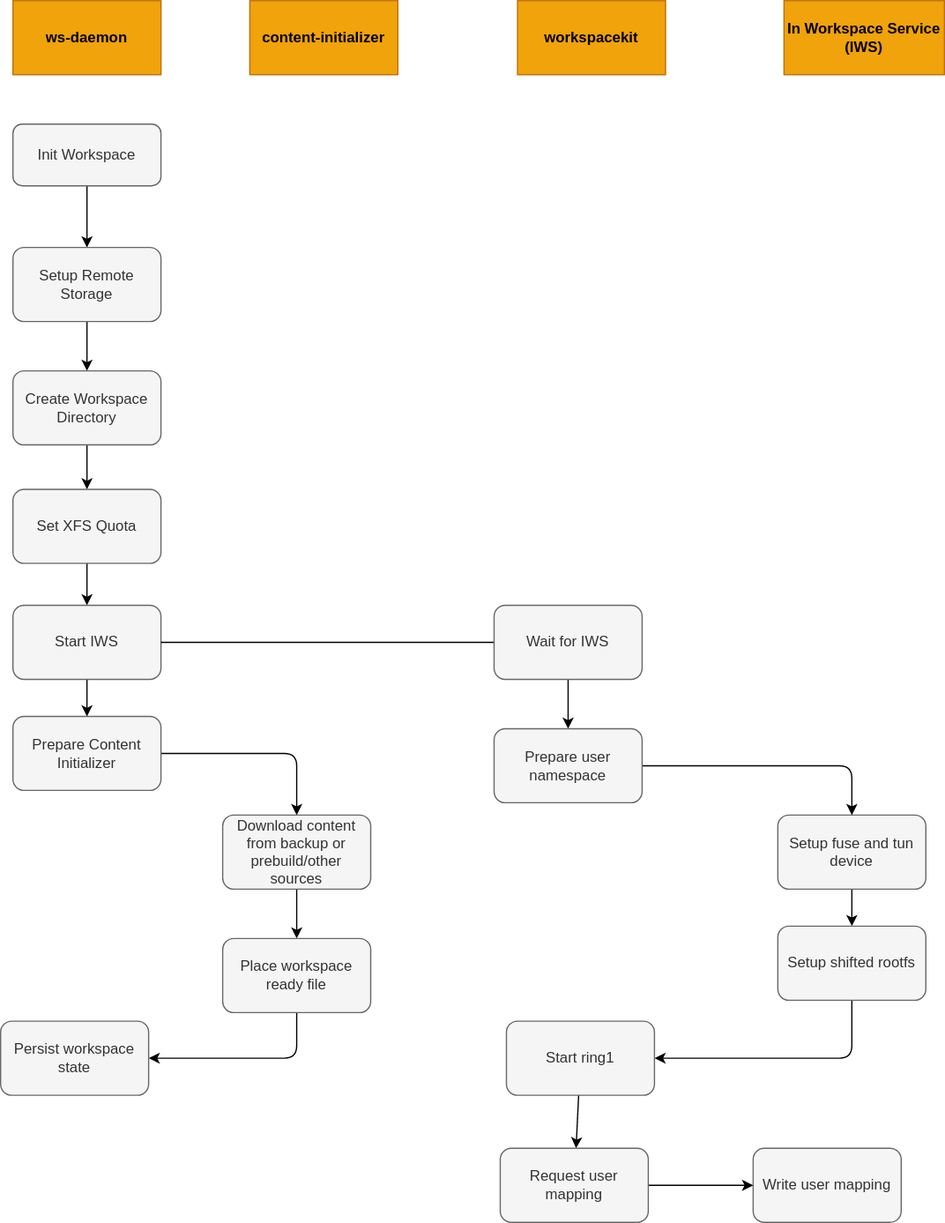
This is docs/workspace/architecture.drawio.svg from gitpod-io/gitpod, a draw.io export, as it was before one commit. Source tidied: cells renumbered, new cells last; positions are measured from the earlier drawing's top-left corner, leaving out a move shared by most shapes. Its diagram source:
```xml
<mxGraphModel>
  <root>
    <mxCell id="0" />
    <mxCell id="1" parent="0" />
    <mxCell id="2" value="ws-daemon" style="rounded=0;whiteSpace=wrap;html=1;fillColor=#f0a30a;fontColor=#000000;strokeColor=#BD7000;fontStyle=1;" parent="1" vertex="1">
      <mxGeometry x="10" width="120" height="60" as="geometry" />
    </mxCell>
    <mxCell id="3" value="workspacekit" style="rounded=0;whiteSpace=wrap;html=1;fillColor=#f0a30a;fontColor=#000000;strokeColor=#BD7000;fontStyle=1;" parent="1" vertex="1">
      <mxGeometry x="419" width="120" height="60" as="geometry" />
    </mxCell>
    <mxCell id="4" value="content-initializer" style="rounded=0;whiteSpace=wrap;html=1;fillColor=#f0a30a;fontColor=#000000;strokeColor=#BD7000;fontStyle=1;" parent="1" vertex="1">
      <mxGeometry x="202" width="120" height="60" as="geometry" />
    </mxCell>
    <mxCell id="5" value="In Workspace Service&lt;br&gt;(IWS)" style="rounded=0;whiteSpace=wrap;html=1;fillColor=#f0a30a;fontColor=#000000;strokeColor=#BD7000;fontStyle=1;" parent="1" vertex="1">
      <mxGeometry x="635" width="130" height="60" as="geometry" />
    </mxCell>
    <mxCell id="6" style="edgeStyle=none;html=1;endArrow=classic;endFill=1;" parent="1" edge="1" source="7" target="9">
      <mxGeometry relative="1" as="geometry" />
    </mxCell>
    <mxCell id="7" value="Init Workspace" style="rounded=1;whiteSpace=wrap;html=1;labelBackgroundColor=none;fillColor=#f5f5f5;fontColor=#333333;strokeColor=#666666;" parent="1" vertex="1">
      <mxGeometry x="10" y="100" width="120" height="50" as="geometry" />
    </mxCell>
    <mxCell id="8" style="edgeStyle=none;html=1;entryX=0.5;entryY=0;entryDx=0;entryDy=0;endArrow=classic;endFill=1;" parent="1" edge="1" source="9" target="11">
      <mxGeometry relative="1" as="geometry" />
    </mxCell>
    <mxCell id="9" value="Setup Remote Storage" style="rounded=1;whiteSpace=wrap;html=1;labelBackgroundColor=none;fillColor=#f5f5f5;fontColor=#333333;strokeColor=#666666;" parent="1" vertex="1">
      <mxGeometry x="10" y="200" width="120" height="60" as="geometry" />
    </mxCell>
    <mxCell id="10" style="edgeStyle=none;html=1;entryX=0.5;entryY=0;entryDx=0;entryDy=0;endArrow=classic;endFill=1;" parent="1" edge="1" source="11" target="13">
      <mxGeometry relative="1" as="geometry" />
    </mxCell>
    <mxCell id="11" value="Create Workspace Directory" style="rounded=1;whiteSpace=wrap;html=1;labelBackgroundColor=none;fillColor=#f5f5f5;fontColor=#333333;strokeColor=#666666;" parent="1" vertex="1">
      <mxGeometry x="10" y="300" width="120" height="60" as="geometry" />
    </mxCell>
    <mxCell id="12" style="edgeStyle=none;html=1;endArrow=classic;endFill=1;" parent="1" edge="1" source="13" target="17">
      <mxGeometry relative="1" as="geometry" />
    </mxCell>
    <mxCell id="13" value="Set XFS Quota" style="rounded=1;whiteSpace=wrap;html=1;labelBackgroundColor=none;fillColor=#f5f5f5;fontColor=#333333;strokeColor=#666666;" parent="1" vertex="1">
      <mxGeometry x="10" y="396" width="120" height="60" as="geometry" />
    </mxCell>
    <mxCell id="14" style="edgeStyle=none;html=1;entryX=0.5;entryY=0;entryDx=0;entryDy=0;endArrow=classic;endFill=1;jumpStyle=none;rounded=1;" parent="1" edge="1" source="15" target="19">
      <mxGeometry relative="1" as="geometry">
        <Array as="points">
          <mxPoint x="240" y="610" />
        </Array>
      </mxGeometry>
    </mxCell>
    <mxCell id="15" value="Prepare Content Initializer" style="rounded=1;whiteSpace=wrap;html=1;labelBackgroundColor=none;fillColor=#f5f5f5;fontColor=#333333;strokeColor=#666666;" parent="1" vertex="1">
      <mxGeometry x="10" y="580" width="120" height="60" as="geometry" />
    </mxCell>
    <mxCell id="16" style="edgeStyle=none;html=1;endArrow=classic;endFill=1;" parent="1" edge="1" source="17" target="15">
      <mxGeometry relative="1" as="geometry" />
    </mxCell>
    <mxCell id="17" value="Start IWS" style="rounded=1;whiteSpace=wrap;html=1;labelBackgroundColor=none;fillColor=#f5f5f5;fontColor=#333333;strokeColor=#666666;" parent="1" vertex="1">
      <mxGeometry x="10" y="490" width="120" height="60" as="geometry" />
    </mxCell>
    <mxCell id="18" style="edgeStyle=none;rounded=1;jumpStyle=none;html=1;endArrow=classic;endFill=1;" parent="1" edge="1" source="19" target="21">
      <mxGeometry relative="1" as="geometry" />
    </mxCell>
    <mxCell id="19" value="Download content from backup or prebuild/other sources" style="rounded=1;whiteSpace=wrap;html=1;labelBackgroundColor=none;fillColor=#f5f5f5;fontColor=#333333;strokeColor=#666666;" parent="1" vertex="1">
      <mxGeometry x="180" y="660" width="120" height="60" as="geometry" />
    </mxCell>
    <mxCell id="20" style="edgeStyle=none;rounded=1;jumpStyle=none;html=1;entryX=1;entryY=0.5;entryDx=0;entryDy=0;endArrow=classic;endFill=1;" parent="1" edge="1" source="21" target="22">
      <mxGeometry relative="1" as="geometry">
        <Array as="points">
          <mxPoint x="240" y="857" />
        </Array>
      </mxGeometry>
    </mxCell>
    <mxCell id="21" value="Place workspace ready file" style="rounded=1;whiteSpace=wrap;html=1;labelBackgroundColor=none;fillColor=#f5f5f5;fontColor=#333333;strokeColor=#666666;" parent="1" vertex="1">
      <mxGeometry x="180" y="760" width="120" height="60" as="geometry" />
    </mxCell>
    <mxCell id="22" value="Persist workspace state" style="rounded=1;whiteSpace=wrap;html=1;labelBackgroundColor=none;fillColor=#f5f5f5;fontColor=#333333;strokeColor=#666666;" parent="1" vertex="1">
      <mxGeometry y="827" width="120" height="60" as="geometry" />
    </mxCell>
    <mxCell id="23" style="edgeStyle=none;html=1;entryX=1;entryY=0.5;entryDx=0;entryDy=0;endArrow=none;endFill=0;" parent="1" edge="1" source="25" target="17">
      <mxGeometry relative="1" as="geometry" />
    </mxCell>
    <mxCell id="24" style="edgeStyle=none;rounded=1;jumpStyle=none;html=1;endArrow=classic;endFill=1;" parent="1" edge="1" source="25" target="29">
      <mxGeometry relative="1" as="geometry" />
    </mxCell>
    <mxCell id="25" value="Wait for IWS" style="rounded=1;whiteSpace=wrap;html=1;labelBackgroundColor=none;fillColor=#f5f5f5;strokeColor=#666666;fontColor=#333333;" parent="1" vertex="1">
      <mxGeometry x="400" y="490" width="120" height="60" as="geometry" />
    </mxCell>
    <mxCell id="26" style="edgeStyle=none;rounded=1;jumpStyle=none;html=1;endArrow=classic;endFill=1;" parent="1" edge="1" source="27" target="31">
      <mxGeometry relative="1" as="geometry" />
    </mxCell>
    <mxCell id="27" value="Setup fuse and tun device" style="rounded=1;whiteSpace=wrap;html=1;labelBackgroundColor=none;fillColor=#f5f5f5;fontColor=#333333;strokeColor=#666666;" parent="1" vertex="1">
      <mxGeometry x="630" y="660" width="120" height="60" as="geometry" />
    </mxCell>
    <mxCell id="28" style="edgeStyle=none;rounded=1;jumpStyle=none;html=1;entryX=0.5;entryY=0;entryDx=0;entryDy=0;endArrow=classic;endFill=1;" parent="1" edge="1" source="29" target="27">
      <mxGeometry relative="1" as="geometry">
        <Array as="points">
          <mxPoint x="690" y="620" />
        </Array>
      </mxGeometry>
    </mxCell>
    <mxCell id="29" value="Prepare user namespace" style="rounded=1;whiteSpace=wrap;html=1;labelBackgroundColor=none;fillColor=#f5f5f5;fontColor=#333333;strokeColor=#666666;" parent="1" vertex="1">
      <mxGeometry x="400" y="590" width="120" height="60" as="geometry" />
    </mxCell>
    <mxCell id="30" style="edgeStyle=none;rounded=1;jumpStyle=none;html=1;entryX=1;entryY=0.5;entryDx=0;entryDy=0;endArrow=classic;endFill=1;" parent="1" edge="1" source="31" target="33">
      <mxGeometry relative="1" as="geometry">
        <Array as="points">
          <mxPoint x="690" y="857" />
        </Array>
      </mxGeometry>
    </mxCell>
    <mxCell id="31" value="Setup shifted rootfs" style="rounded=1;whiteSpace=wrap;html=1;labelBackgroundColor=none;fillColor=#f5f5f5;fontColor=#333333;strokeColor=#666666;" parent="1" vertex="1">
      <mxGeometry x="630" y="750" width="120" height="60" as="geometry" />
    </mxCell>
    <mxCell id="32" style="edgeStyle=none;rounded=1;jumpStyle=none;html=1;endArrow=classic;endFill=1;" parent="1" edge="1" source="33" target="36">
      <mxGeometry relative="1" as="geometry" />
    </mxCell>
    <mxCell id="33" value="Start ring1" style="rounded=1;whiteSpace=wrap;html=1;labelBackgroundColor=none;fillColor=#f5f5f5;fontColor=#333333;strokeColor=#666666;" parent="1" vertex="1">
      <mxGeometry x="410" y="827" width="120" height="60" as="geometry" />
    </mxCell>
    <mxCell id="34" value="Write user mapping" style="rounded=1;whiteSpace=wrap;html=1;labelBackgroundColor=none;fillColor=#f5f5f5;fontColor=#333333;strokeColor=#666666;" parent="1" vertex="1">
      <mxGeometry x="610" y="930" width="120" height="60" as="geometry" />
    </mxCell>
    <mxCell id="35" style="edgeStyle=none;rounded=1;jumpStyle=none;html=1;entryX=0;entryY=0.5;entryDx=0;entryDy=0;endArrow=classic;endFill=1;" parent="1" edge="1" source="36" target="34">
      <mxGeometry relative="1" as="geometry" />
    </mxCell>
    <mxCell id="36" value="Request user mapping" style="rounded=1;whiteSpace=wrap;html=1;labelBackgroundColor=none;fillColor=#f5f5f5;fontColor=#333333;strokeColor=#666666;" parent="1" vertex="1">
      <mxGeometry x="405" y="930" width="120" height="60" as="geometry" />
    </mxCell>
  </root>
</mxGraphModel>
```
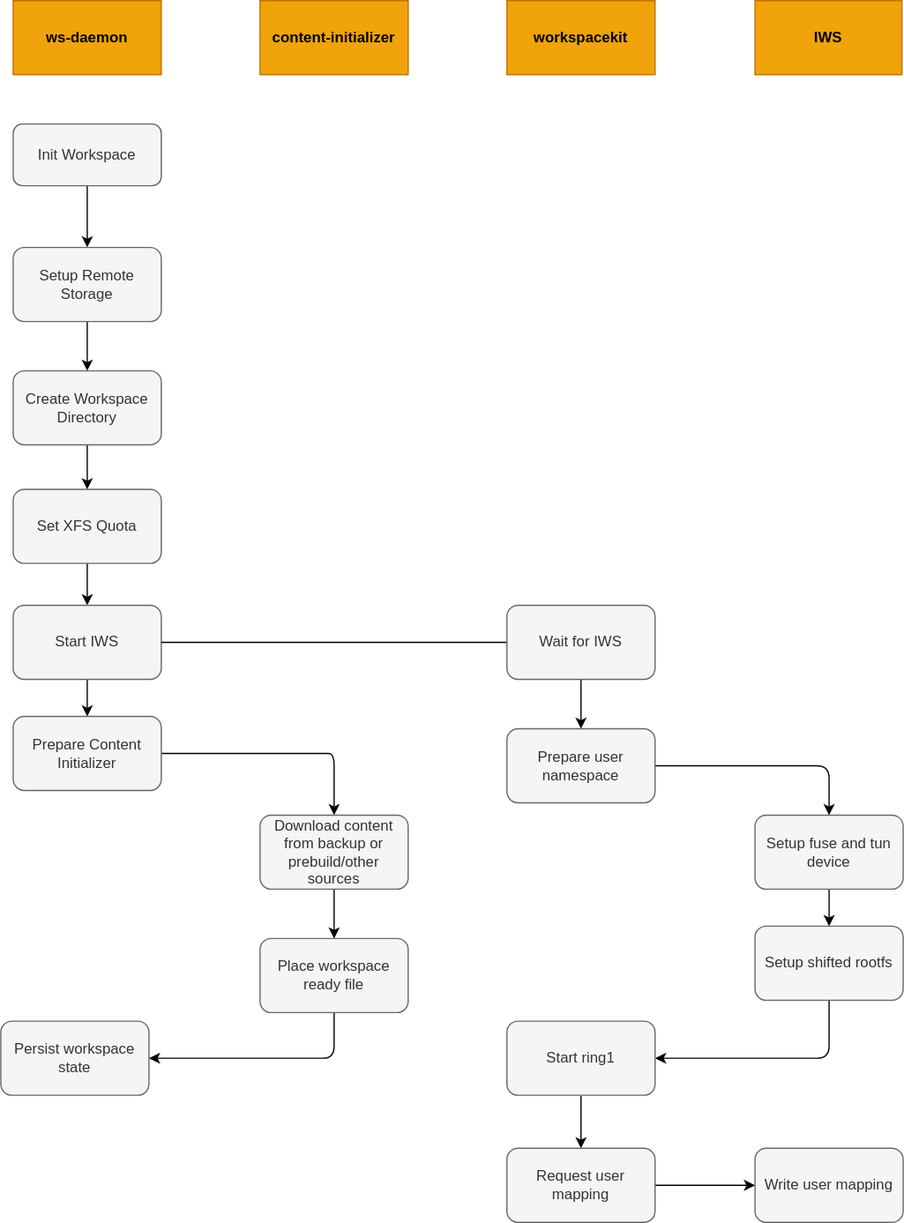
Above is the later version.

Commit message:
docs: Adjust the design.

The edit, as a diff of the source:
```diff
@@ -3,75 +3,77 @@
     <mxCell id="0" />
     <mxCell id="1" parent="0" />
     <mxCell id="2" value="ws-daemon" style="rounded=0;whiteSpace=wrap;html=1;fillColor=#f0a30a;fontColor=#000000;strokeColor=#BD7000;fontStyle=1;" parent="1" vertex="1">
-      <mxGeometry x="10" width="120" height="60" as="geometry" />
+      <mxGeometry x="20" width="120" height="60" as="geometry" />
     </mxCell>
     <mxCell id="3" value="workspacekit" style="rounded=0;whiteSpace=wrap;html=1;fillColor=#f0a30a;fontColor=#000000;strokeColor=#BD7000;fontStyle=1;" parent="1" vertex="1">
-      <mxGeometry x="419" width="120" height="60" as="geometry" />
+      <mxGeometry x="420" width="120" height="60" as="geometry" />
     </mxCell>
     <mxCell id="4" value="content-initializer" style="rounded=0;whiteSpace=wrap;html=1;fillColor=#f0a30a;fontColor=#000000;strokeColor=#BD7000;fontStyle=1;" parent="1" vertex="1">
-      <mxGeometry x="202" width="120" height="60" as="geometry" />
+      <mxGeometry x="220" width="120" height="60" as="geometry" />
     </mxCell>
-    <mxCell id="5" value="In Workspace Service&lt;br&gt;(IWS)" style="rounded=0;whiteSpace=wrap;html=1;fillColor=#f0a30a;fontColor=#000000;strokeColor=#BD7000;fontStyle=1;" parent="1" vertex="1">
-      <mxGeometry x="635" width="130" height="60" as="geometry" />
+    <mxCell id="5" value="IWS" style="rounded=0;whiteSpace=wrap;html=1;fillColor=#f0a30a;fontColor=#000000;strokeColor=#BD7000;fontStyle=1;" parent="1" vertex="1">
+      <mxGeometry x="621" width="119" height="60" as="geometry" />
     </mxCell>
     <mxCell id="6" style="edgeStyle=none;html=1;endArrow=classic;endFill=1;" parent="1" edge="1" source="7" target="9">
       <mxGeometry relative="1" as="geometry" />
     </mxCell>
     <mxCell id="7" value="Init Workspace" style="rounded=1;whiteSpace=wrap;html=1;labelBackgroundColor=none;fillColor=#f5f5f5;fontColor=#333333;strokeColor=#666666;" parent="1" vertex="1">
-      <mxGeometry x="10" y="100" width="120" height="50" as="geometry" />
+      <mxGeometry x="20" y="100" width="120" height="50" as="geometry" />
     </mxCell>
     <mxCell id="8" style="edgeStyle=none;html=1;entryX=0.5;entryY=0;entryDx=0;entryDy=0;endArrow=classic;endFill=1;" parent="1" edge="1" source="9" target="11">
       <mxGeometry relative="1" as="geometry" />
     </mxCell>
     <mxCell id="9" value="Setup Remote Storage" style="rounded=1;whiteSpace=wrap;html=1;labelBackgroundColor=none;fillColor=#f5f5f5;fontColor=#333333;strokeColor=#666666;" parent="1" vertex="1">
-      <mxGeometry x="10" y="200" width="120" height="60" as="geometry" />
+      <mxGeometry x="20" y="200" width="120" height="60" as="geometry" />
     </mxCell>
     <mxCell id="10" style="edgeStyle=none;html=1;entryX=0.5;entryY=0;entryDx=0;entryDy=0;endArrow=classic;endFill=1;" parent="1" edge="1" source="11" target="13">
       <mxGeometry relative="1" as="geometry" />
     </mxCell>
     <mxCell id="11" value="Create Workspace Directory" style="rounded=1;whiteSpace=wrap;html=1;labelBackgroundColor=none;fillColor=#f5f5f5;fontColor=#333333;strokeColor=#666666;" parent="1" vertex="1">
-      <mxGeometry x="10" y="300" width="120" height="60" as="geometry" />
+      <mxGeometry x="20" y="300" width="120" height="60" as="geometry" />
     </mxCell>
     <mxCell id="12" style="edgeStyle=none;html=1;endArrow=classic;endFill=1;" parent="1" edge="1" source="13" target="17">
       <mxGeometry relative="1" as="geometry" />
     </mxCell>
     <mxCell id="13" value="Set XFS Quota" style="rounded=1;whiteSpace=wrap;html=1;labelBackgroundColor=none;fillColor=#f5f5f5;fontColor=#333333;strokeColor=#666666;" parent="1" vertex="1">
-      <mxGeometry x="10" y="396" width="120" height="60" as="geometry" />
+      <mxGeometry x="20" y="396" width="120" height="60" as="geometry" />
     </mxCell>
     <mxCell id="14" style="edgeStyle=none;html=1;entryX=0.5;entryY=0;entryDx=0;entryDy=0;endArrow=classic;endFill=1;jumpStyle=none;rounded=1;" parent="1" edge="1" source="15" target="19">
       <mxGeometry relative="1" as="geometry">
         <Array as="points">
-          <mxPoint x="240" y="610" />
+          <mxPoint x="262" y="610" />
+          <mxPoint x="280" y="610" />
         </Array>
       </mxGeometry>
     </mxCell>
     <mxCell id="15" value="Prepare Content Initializer" style="rounded=1;whiteSpace=wrap;html=1;labelBackgroundColor=none;fillColor=#f5f5f5;fontColor=#333333;strokeColor=#666666;" parent="1" vertex="1">
-      <mxGeometry x="10" y="580" width="120" height="60" as="geometry" />
+      <mxGeometry x="20" y="580" width="120" height="60" as="geometry" />
     </mxCell>
     <mxCell id="16" style="edgeStyle=none;html=1;endArrow=classic;endFill=1;" parent="1" edge="1" source="17" target="15">
       <mxGeometry relative="1" as="geometry" />
     </mxCell>
     <mxCell id="17" value="Start IWS" style="rounded=1;whiteSpace=wrap;html=1;labelBackgroundColor=none;fillColor=#f5f5f5;fontColor=#333333;strokeColor=#666666;" parent="1" vertex="1">
-      <mxGeometry x="10" y="490" width="120" height="60" as="geometry" />
+      <mxGeometry x="20" y="490" width="120" height="60" as="geometry" />
     </mxCell>
     <mxCell id="18" style="edgeStyle=none;rounded=1;jumpStyle=none;html=1;endArrow=classic;endFill=1;" parent="1" edge="1" source="19" target="21">
       <mxGeometry relative="1" as="geometry" />
     </mxCell>
     <mxCell id="19" value="Download content from backup or prebuild/other sources" style="rounded=1;whiteSpace=wrap;html=1;labelBackgroundColor=none;fillColor=#f5f5f5;fontColor=#333333;strokeColor=#666666;" parent="1" vertex="1">
-      <mxGeometry x="180" y="660" width="120" height="60" as="geometry" />
+      <mxGeometry x="220" y="660" width="120" height="60" as="geometry" />
     </mxCell>
     <mxCell id="20" style="edgeStyle=none;rounded=1;jumpStyle=none;html=1;entryX=1;entryY=0.5;entryDx=0;entryDy=0;endArrow=classic;endFill=1;" parent="1" edge="1" source="21" target="22">
       <mxGeometry relative="1" as="geometry">
         <Array as="points">
-          <mxPoint x="240" y="857" />
+          <mxPoint x="280" y="857" />
+          <mxPoint x="262" y="857" />
         </Array>
       </mxGeometry>
     </mxCell>
     <mxCell id="21" value="Place workspace ready file" style="rounded=1;whiteSpace=wrap;html=1;labelBackgroundColor=none;fillColor=#f5f5f5;fontColor=#333333;strokeColor=#666666;" parent="1" vertex="1">
-      <mxGeometry x="180" y="760" width="120" height="60" as="geometry" />
+      <mxGeometry x="220" y="760" width="120" height="60" as="geometry" />
     </mxCell>
     <mxCell id="22" value="Persist workspace state" style="rounded=1;whiteSpace=wrap;html=1;labelBackgroundColor=none;fillColor=#f5f5f5;fontColor=#333333;strokeColor=#666666;" parent="1" vertex="1">
-      <mxGeometry y="827" width="120" height="60" as="geometry" />
+      <mxGeometry x="10" y="827" width="120" height="60" as="geometry" />
     </mxCell>
     <mxCell id="23" style="edgeStyle=none;html=1;entryX=1;entryY=0.5;entryDx=0;entryDy=0;endArrow=none;endFill=0;" parent="1" edge="1" source="25" target="17">
       <mxGeometry relative="1" as="geometry" />
@@ -80,48 +82,48 @@
       <mxGeometry relative="1" as="geometry" />
     </mxCell>
     <mxCell id="25" value="Wait for IWS" style="rounded=1;whiteSpace=wrap;html=1;labelBackgroundColor=none;fillColor=#f5f5f5;strokeColor=#666666;fontColor=#333333;" parent="1" vertex="1">
-      <mxGeometry x="400" y="490" width="120" height="60" as="geometry" />
+      <mxGeometry x="420" y="490" width="120" height="60" as="geometry" />
     </mxCell>
     <mxCell id="26" style="edgeStyle=none;rounded=1;jumpStyle=none;html=1;endArrow=classic;endFill=1;" parent="1" edge="1" source="27" target="31">
       <mxGeometry relative="1" as="geometry" />
     </mxCell>
     <mxCell id="27" value="Setup fuse and tun device" style="rounded=1;whiteSpace=wrap;html=1;labelBackgroundColor=none;fillColor=#f5f5f5;fontColor=#333333;strokeColor=#666666;" parent="1" vertex="1">
-      <mxGeometry x="630" y="660" width="120" height="60" as="geometry" />
+      <mxGeometry x="621" y="660" width="120" height="60" as="geometry" />
     </mxCell>
     <mxCell id="28" style="edgeStyle=none;rounded=1;jumpStyle=none;html=1;entryX=0.5;entryY=0;entryDx=0;entryDy=0;endArrow=classic;endFill=1;" parent="1" edge="1" source="29" target="27">
       <mxGeometry relative="1" as="geometry">
         <Array as="points">
-          <mxPoint x="690" y="620" />
+          <mxPoint x="681" y="620" />
         </Array>
       </mxGeometry>
     </mxCell>
     <mxCell id="29" value="Prepare user namespace" style="rounded=1;whiteSpace=wrap;html=1;labelBackgroundColor=none;fillColor=#f5f5f5;fontColor=#333333;strokeColor=#666666;" parent="1" vertex="1">
-      <mxGeometry x="400" y="590" width="120" height="60" as="geometry" />
+      <mxGeometry x="420" y="590" width="120" height="60" as="geometry" />
     </mxCell>
     <mxCell id="30" style="edgeStyle=none;rounded=1;jumpStyle=none;html=1;entryX=1;entryY=0.5;entryDx=0;entryDy=0;endArrow=classic;endFill=1;" parent="1" edge="1" source="31" target="33">
       <mxGeometry relative="1" as="geometry">
         <Array as="points">
-          <mxPoint x="690" y="857" />
+          <mxPoint x="681" y="857" />
         </Array>
       </mxGeometry>
     </mxCell>
     <mxCell id="31" value="Setup shifted rootfs" style="rounded=1;whiteSpace=wrap;html=1;labelBackgroundColor=none;fillColor=#f5f5f5;fontColor=#333333;strokeColor=#666666;" parent="1" vertex="1">
-      <mxGeometry x="630" y="750" width="120" height="60" as="geometry" />
+      <mxGeometry x="621" y="750" width="120" height="60" as="geometry" />
     </mxCell>
     <mxCell id="32" style="edgeStyle=none;rounded=1;jumpStyle=none;html=1;endArrow=classic;endFill=1;" parent="1" edge="1" source="33" target="36">
       <mxGeometry relative="1" as="geometry" />
     </mxCell>
     <mxCell id="33" value="Start ring1" style="rounded=1;whiteSpace=wrap;html=1;labelBackgroundColor=none;fillColor=#f5f5f5;fontColor=#333333;strokeColor=#666666;" parent="1" vertex="1">
-      <mxGeometry x="410" y="827" width="120" height="60" as="geometry" />
+      <mxGeometry x="420" y="827" width="120" height="60" as="geometry" />
     </mxCell>
     <mxCell id="34" value="Write user mapping" style="rounded=1;whiteSpace=wrap;html=1;labelBackgroundColor=none;fillColor=#f5f5f5;fontColor=#333333;strokeColor=#666666;" parent="1" vertex="1">
-      <mxGeometry x="610" y="930" width="120" height="60" as="geometry" />
+      <mxGeometry x="621" y="930" width="120" height="60" as="geometry" />
     </mxCell>
     <mxCell id="35" style="edgeStyle=none;rounded=1;jumpStyle=none;html=1;entryX=0;entryY=0.5;entryDx=0;entryDy=0;endArrow=classic;endFill=1;" parent="1" edge="1" source="36" target="34">
       <mxGeometry relative="1" as="geometry" />
     </mxCell>
     <mxCell id="36" value="Request user mapping" style="rounded=1;whiteSpace=wrap;html=1;labelBackgroundColor=none;fillColor=#f5f5f5;fontColor=#333333;strokeColor=#666666;" parent="1" vertex="1">
-      <mxGeometry x="405" y="930" width="120" height="60" as="geometry" />
+      <mxGeometry x="420" y="930" width="120" height="60" as="geometry" />
     </mxCell>
   </root>
 </mxGraphModel>
```
